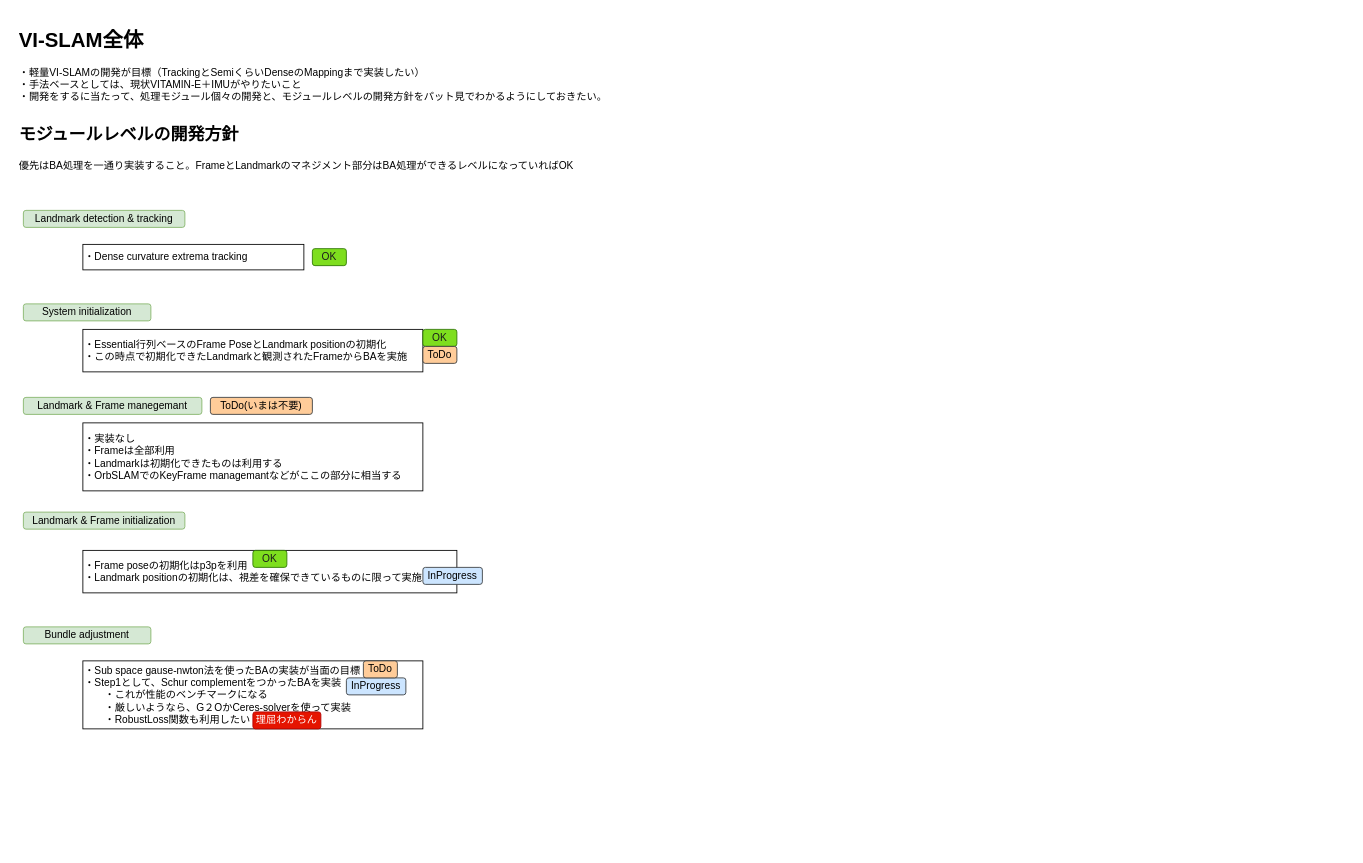
Before: page "Overview" (1 of 6) of docs/vislam.drawio in eryeden/vi-slam, a draw.io diagram. Source tidied: cells renumbered, new cells numbered last; positions are measured from the earlier drawing's top-left corner, leaving out a move shared by most shapes. Both pictures are drawn from the tidied source at 85%, with x=0, y=0 at pixel (14, 23).
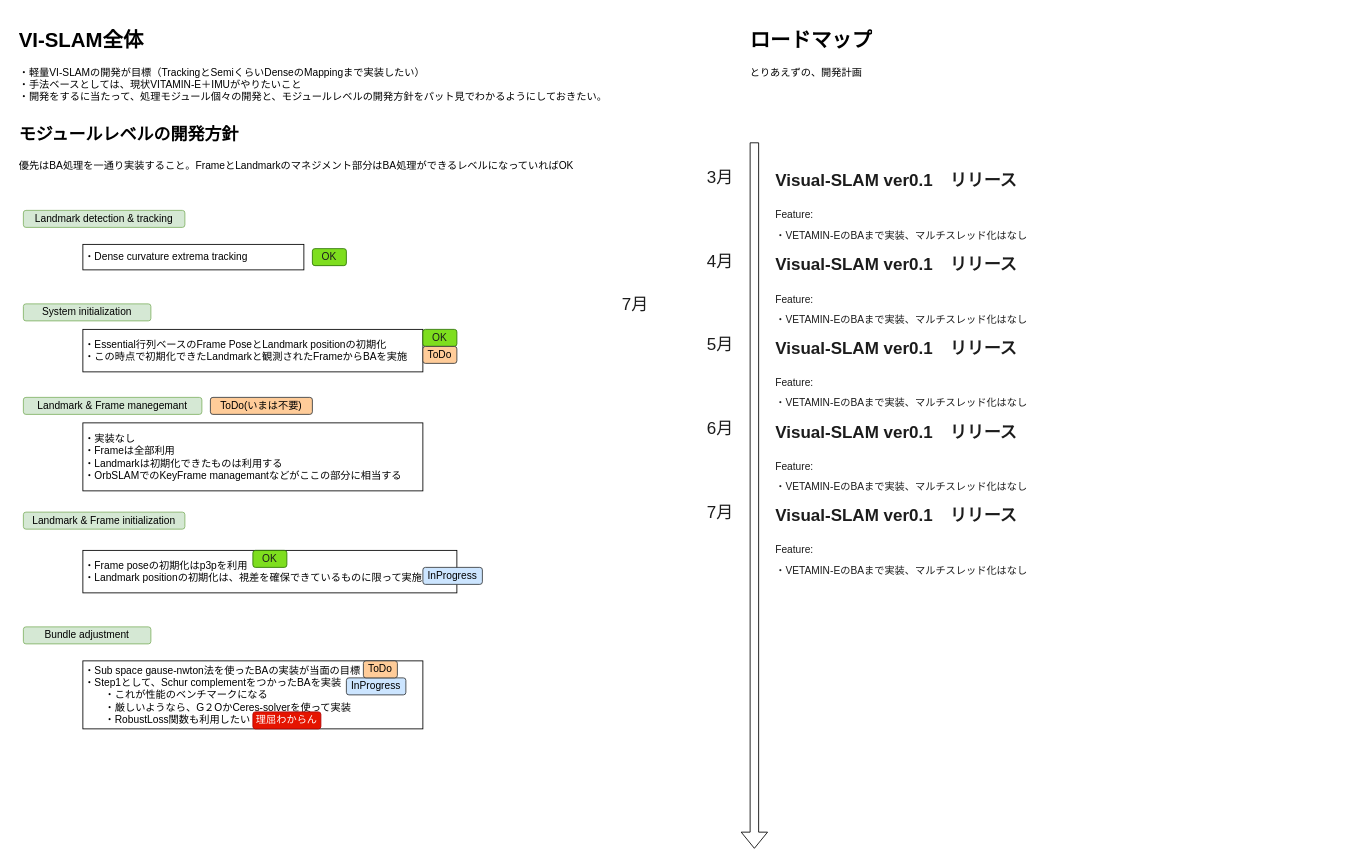
The same diagram, later.

Commit message:
Update vislam.drawio; add some road map

The edit, as a diff of the source:
```diff
@@
+    <mxCell id="23" value="&lt;h1&gt;ロードマップ&lt;/h1&gt;&lt;div&gt;とりあえずの、開発計画&lt;/div&gt;" style="text;html=1;strokeColor=none;fillColor=none;spacing=5;spacingTop=-20;whiteSpace=wrap;overflow=hidden;rounded=0;" parent="1" vertex="1">
+      <mxGeometry x="860" width="710" height="80" as="geometry" />
+    </mxCell>
+    <mxCell id="24" style="endArrow=classic;html=1;fontColor=#1C1C1C;strokeWidth=1;shape=flexArrow;" parent="1" edge="1">
+      <mxGeometry relative="1" as="geometry">
+        <mxPoint x="870" y="140" as="sourcePoint" />
+        <mxPoint x="870" y="971" as="targetPoint" />
+      </mxGeometry>
+    </mxCell>
+    <mxCell id="25" value="7月" style="text;html=1;strokeColor=none;fillColor=none;align=center;verticalAlign=middle;whiteSpace=wrap;rounded=0;fontColor=#1C1C1C;fontSize=20;" parent="1" vertex="1">
+      <mxGeometry x="810" y="564" width="40" height="20" as="geometry" />
+    </mxCell>
+    <mxCell id="26" value="&lt;h1 style=&quot;font-size: 20px&quot;&gt;Visual-SLAM ver0.1　リリース&lt;/h1&gt;&lt;div&gt;&lt;span style=&quot;font-size: 12px&quot;&gt;Feature:&lt;/span&gt;&lt;/div&gt;&lt;div&gt;&lt;span style=&quot;font-size: 12px&quot;&gt;・VETAMIN-EのBAまで実装、マルチスレッド化はなし&lt;/span&gt;&lt;/div&gt;" style="text;html=1;strokeColor=none;fillColor=none;spacing=5;spacingTop=-20;whiteSpace=wrap;overflow=hidden;rounded=0;fontSize=20;fontColor=#1C1C1C;align=left;" parent="1" vertex="1">
+      <mxGeometry x="890" y="564" width="450" height="90" as="geometry" />
+    </mxCell>
+    <mxCell id="27" value="3月" style="text;html=1;strokeColor=none;fillColor=none;align=center;verticalAlign=middle;whiteSpace=wrap;rounded=0;fontColor=#1C1C1C;fontSize=20;" parent="1" vertex="1">
+      <mxGeometry x="810" y="170" width="40" height="20" as="geometry" />
+    </mxCell>
+    <mxCell id="28" value="4月" style="text;html=1;strokeColor=none;fillColor=none;align=center;verticalAlign=middle;whiteSpace=wrap;rounded=0;fontColor=#1C1C1C;fontSize=20;" parent="1" vertex="1">
+      <mxGeometry x="810" y="269" width="40" height="20" as="geometry" />
+    </mxCell>
+    <mxCell id="29" value="7月" style="text;html=1;strokeColor=none;fillColor=none;align=center;verticalAlign=middle;whiteSpace=wrap;rounded=0;fontColor=#1C1C1C;fontSize=20;" parent="1" vertex="1">
+      <mxGeometry x="710" y="320" width="40" height="20" as="geometry" />
+    </mxCell>
+    <mxCell id="30" value="5月" style="text;html=1;strokeColor=none;fillColor=none;align=center;verticalAlign=middle;whiteSpace=wrap;rounded=0;fontColor=#1C1C1C;fontSize=20;" parent="1" vertex="1">
+      <mxGeometry x="810" y="367" width="40" height="20" as="geometry" />
+    </mxCell>
+    <mxCell id="31" value="6月" style="text;html=1;strokeColor=none;fillColor=none;align=center;verticalAlign=middle;whiteSpace=wrap;rounded=0;fontColor=#1C1C1C;fontSize=20;" parent="1" vertex="1">
+      <mxGeometry x="810" y="466" width="40" height="20" as="geometry" />
+    </mxCell>
+    <mxCell id="32" value="&lt;h1 style=&quot;font-size: 20px&quot;&gt;Visual-SLAM ver0.1　リリース&lt;/h1&gt;&lt;div&gt;&lt;span style=&quot;font-size: 12px&quot;&gt;Feature:&lt;/span&gt;&lt;/div&gt;&lt;div&gt;&lt;span style=&quot;font-size: 12px&quot;&gt;・VETAMIN-EのBAまで実装、マルチスレッド化はなし&lt;/span&gt;&lt;/div&gt;" style="text;html=1;strokeColor=none;fillColor=none;spacing=5;spacingTop=-20;whiteSpace=wrap;overflow=hidden;rounded=0;fontSize=20;fontColor=#1C1C1C;align=left;" parent="1" vertex="1">
+      <mxGeometry x="890" y="170" width="450" height="90" as="geometry" />
+    </mxCell>
+    <mxCell id="33" value="&lt;h1 style=&quot;font-size: 20px&quot;&gt;Visual-SLAM ver0.1　リリース&lt;/h1&gt;&lt;div&gt;&lt;span style=&quot;font-size: 12px&quot;&gt;Feature:&lt;/span&gt;&lt;/div&gt;&lt;div&gt;&lt;span style=&quot;font-size: 12px&quot;&gt;・VETAMIN-EのBAまで実装、マルチスレッド化はなし&lt;/span&gt;&lt;/div&gt;" style="text;html=1;strokeColor=none;fillColor=none;spacing=5;spacingTop=-20;whiteSpace=wrap;overflow=hidden;rounded=0;fontSize=20;fontColor=#1C1C1C;align=left;" parent="1" vertex="1">
+      <mxGeometry x="890" y="269" width="450" height="90" as="geometry" />
+    </mxCell>
+    <mxCell id="34" value="&lt;h1 style=&quot;font-size: 20px&quot;&gt;Visual-SLAM ver0.1　リリース&lt;/h1&gt;&lt;div&gt;&lt;span style=&quot;font-size: 12px&quot;&gt;Feature:&lt;/span&gt;&lt;/div&gt;&lt;div&gt;&lt;span style=&quot;font-size: 12px&quot;&gt;・VETAMIN-EのBAまで実装、マルチスレッド化はなし&lt;/span&gt;&lt;/div&gt;" style="text;html=1;strokeColor=none;fillColor=none;spacing=5;spacingTop=-20;whiteSpace=wrap;overflow=hidden;rounded=0;fontSize=20;fontColor=#1C1C1C;align=left;" parent="1" vertex="1">
+      <mxGeometry x="890" y="367" width="450" height="90" as="geometry" />
+    </mxCell>
+    <mxCell id="35" value="&lt;h1 style=&quot;font-size: 20px&quot;&gt;Visual-SLAM ver0.1　リリース&lt;/h1&gt;&lt;div&gt;&lt;span style=&quot;font-size: 12px&quot;&gt;Feature:&lt;/span&gt;&lt;/div&gt;&lt;div&gt;&lt;span style=&quot;font-size: 12px&quot;&gt;・VETAMIN-EのBAまで実装、マルチスレッド化はなし&lt;/span&gt;&lt;/div&gt;" style="text;html=1;strokeColor=none;fillColor=none;spacing=5;spacingTop=-20;whiteSpace=wrap;overflow=hidden;rounded=0;fontSize=20;fontColor=#1C1C1C;align=left;" parent="1" vertex="1">
+      <mxGeometry x="890" y="466" width="450" height="90" as="geometry" />
+    </mxCell>
```
